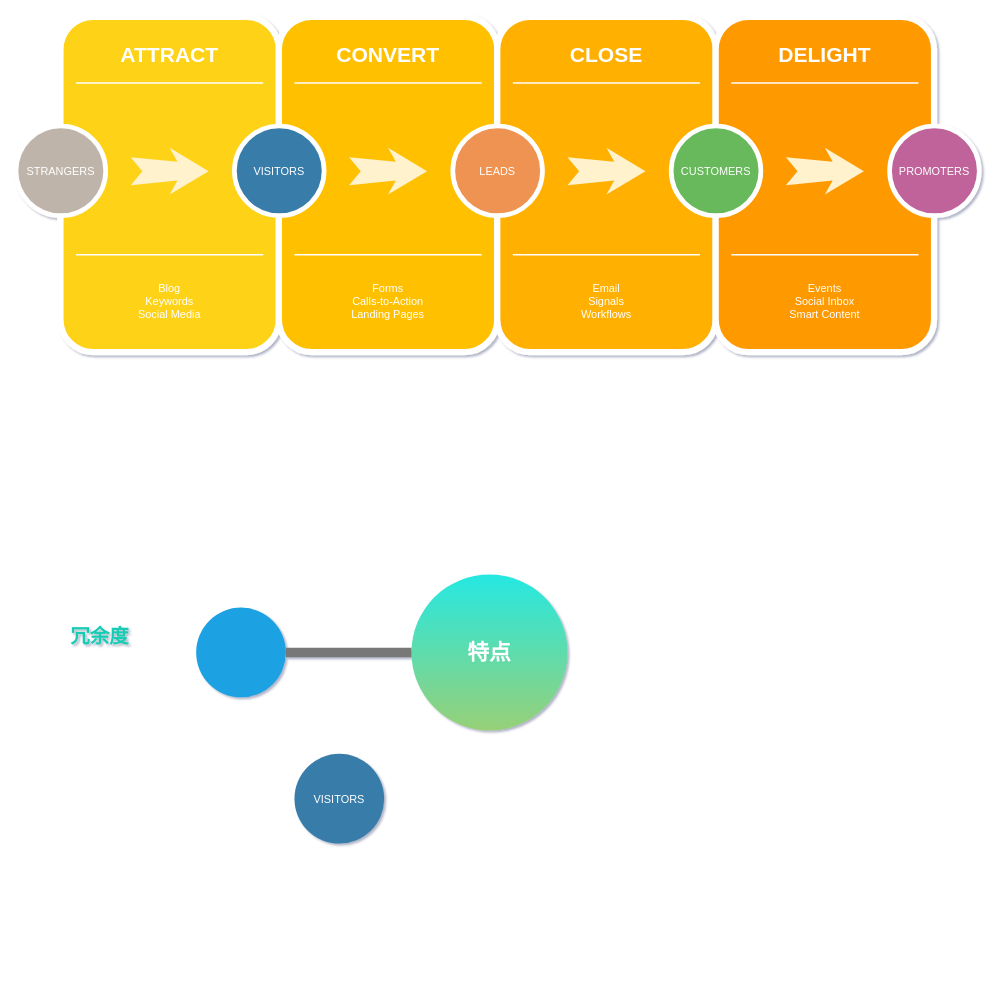
Above: Scheme.drawio in snowolfhawk/ceph-scripts (draw.io), before the change. Source tidied: cells renumbered, new cells numbered last; positions are measured from the earlier drawing's top-left corner, leaving out a move shared by most shapes. Both pictures are drawn from the tidied source at 78%, with x=0, y=0 at pixel (16, 16).
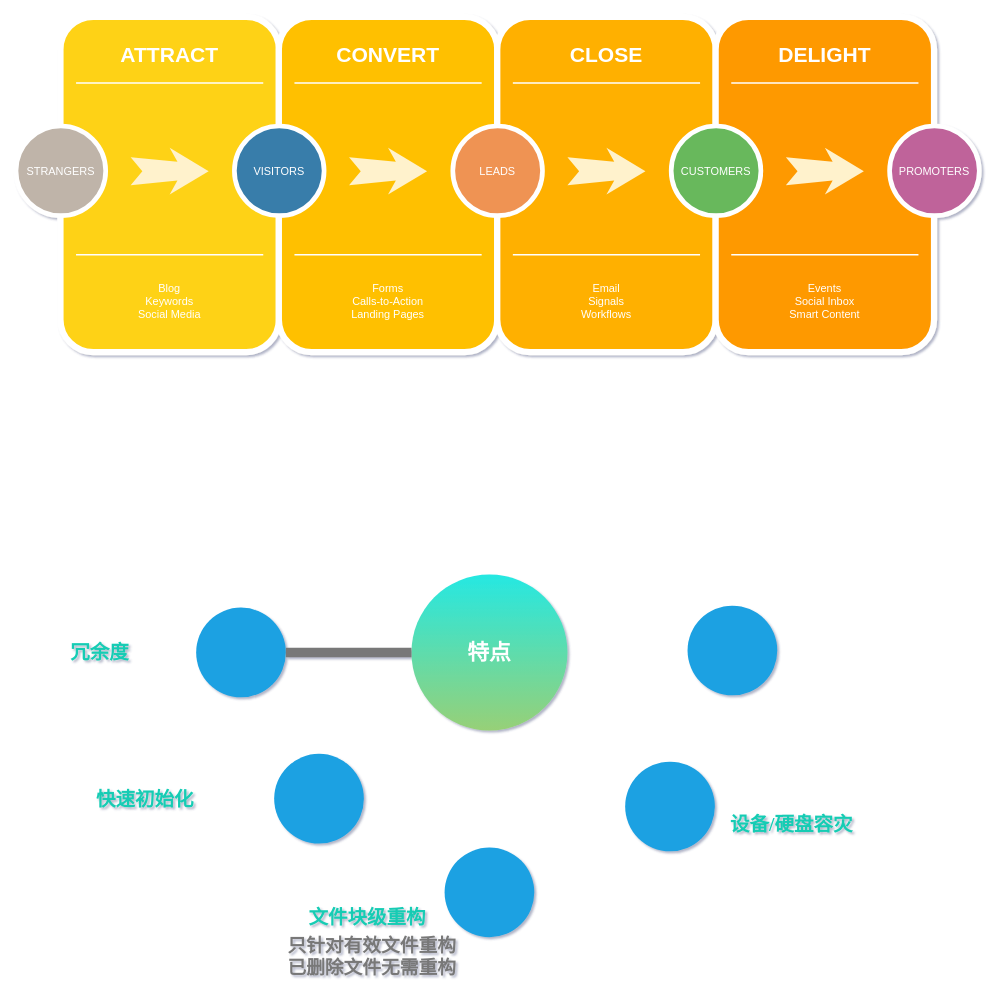
The same page after the edit.

The edit, as a diff of the source:
```diff
@@
-    <mxCell id="33" value="VISITORS" style="ellipse;whiteSpace=wrap;html=1;rounded=0;shadow=0;strokeWidth=6;fontSize=14;align=center;fillColor=#397DAA;strokeColor=none;fontColor=#FFFFFF;" parent="1" vertex="1">
-      <mxGeometry x="357" y="945" width="115" height="115" as="geometry" />
-    </mxCell>
     <mxCell id="34" value="&lt;font style=&quot;font-size: 25px&quot; face=&quot;Times New Roman&quot; color=&quot;#14ccb4&quot;&gt;冗余度&lt;/font&gt;" style="text;strokeColor=none;fillColor=none;html=1;fontSize=24;fontStyle=1;verticalAlign=middle;align=center;" parent="1" vertex="1">
-      <mxGeometry x="57" y="775" width="100" height="40" as="geometry" />
+      <mxGeometry x="57" y="795" width="100" height="40" as="geometry" />
     </mxCell>
@@
+    <mxCell id="36" style="ellipse;whiteSpace=wrap;html=1;rounded=0;shadow=0;strokeWidth=6;fontSize=14;align=center;fillColor=#1ba1e2;strokeColor=none;fontColor=#ffffff;" parent="1" vertex="1">
+      <mxGeometry x="331" y="945" width="115" height="115" as="geometry" />
+    </mxCell>
+    <mxCell id="37" style="ellipse;whiteSpace=wrap;html=1;rounded=0;shadow=0;strokeWidth=6;fontSize=14;align=center;fillColor=#1ba1e2;strokeColor=none;fontColor=#ffffff;" parent="1" vertex="1">
+      <mxGeometry x="549.5" y="1065" width="115" height="115" as="geometry" />
+    </mxCell>
+    <mxCell id="38" style="ellipse;whiteSpace=wrap;html=1;rounded=0;shadow=0;strokeWidth=6;fontSize=14;align=center;fillColor=#1ba1e2;strokeColor=none;fontColor=#ffffff;" parent="1" vertex="1">
+      <mxGeometry x="781" y="955" width="115" height="115" as="geometry" />
+    </mxCell>
+    <mxCell id="39" style="ellipse;whiteSpace=wrap;html=1;rounded=0;shadow=0;strokeWidth=6;fontSize=14;align=center;fillColor=#1ba1e2;strokeColor=none;fontColor=#ffffff;" parent="1" vertex="1">
+      <mxGeometry x="861" y="755" width="115" height="115" as="geometry" />
+    </mxCell>
+    <mxCell id="40" value="&lt;font color=&quot;#14ccb4&quot; face=&quot;Times New Roman&quot;&gt;&lt;span style=&quot;font-size: 25px&quot;&gt;快速初始化&lt;/span&gt;&lt;/font&gt;" style="text;strokeColor=none;fillColor=none;html=1;fontSize=24;fontStyle=1;verticalAlign=middle;align=center;" parent="1" vertex="1">
+      <mxGeometry x="115" y="982.5" width="100" height="40" as="geometry" />
+    </mxCell>
+    <mxCell id="41" value="&lt;font color=&quot;#14ccb4&quot; face=&quot;Times New Roman&quot;&gt;&lt;span style=&quot;font-size: 25px&quot;&gt;文件块级重构&lt;/span&gt;&lt;/font&gt;" style="text;strokeColor=none;fillColor=none;html=1;fontSize=24;fontStyle=1;verticalAlign=middle;align=center;" parent="1" vertex="1">
+      <mxGeometry x="373" y="1135" width="154" height="40" as="geometry" />
+    </mxCell>
+    <mxCell id="42" value="&lt;font color=&quot;#14ccb4&quot; face=&quot;Times New Roman&quot;&gt;&lt;span style=&quot;font-size: 25px&quot;&gt;设备/硬盘容灾&lt;/span&gt;&lt;/font&gt;" style="text;strokeColor=none;fillColor=none;html=1;fontSize=24;fontStyle=1;verticalAlign=middle;align=center;" parent="1" vertex="1">
+      <mxGeometry x="917" y="1015" width="154" height="40" as="geometry" />
+    </mxCell>
+    <mxCell id="43" value="&lt;font color=&quot;#787878&quot;&gt;只针对有效文件重构&lt;br&gt;已删除文件无需重构&lt;/font&gt;" style="text;strokeColor=none;fillColor=none;html=1;fontSize=24;fontStyle=1;verticalAlign=middle;align=center;shadow=0;fontFamily=Times New Roman;fontColor=#14CCB4;" parent="1" vertex="1">
+      <mxGeometry x="331" y="1185" width="250" height="40" as="geometry" />
+    </mxCell>
```
